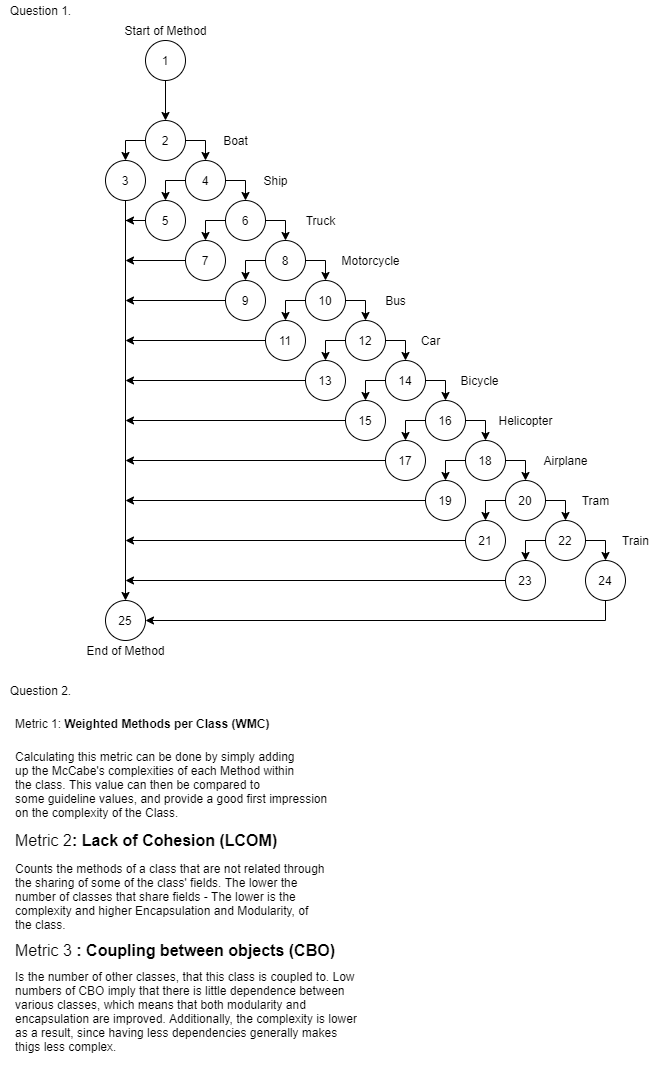
Earlier version of the draw.io export vehicleControl.png (Kowalifwer/first_web). Source tidied: cells renumbered, new cells last; positions are measured from the earlier drawing's top-left corner, leaving out a move shared by most shapes.
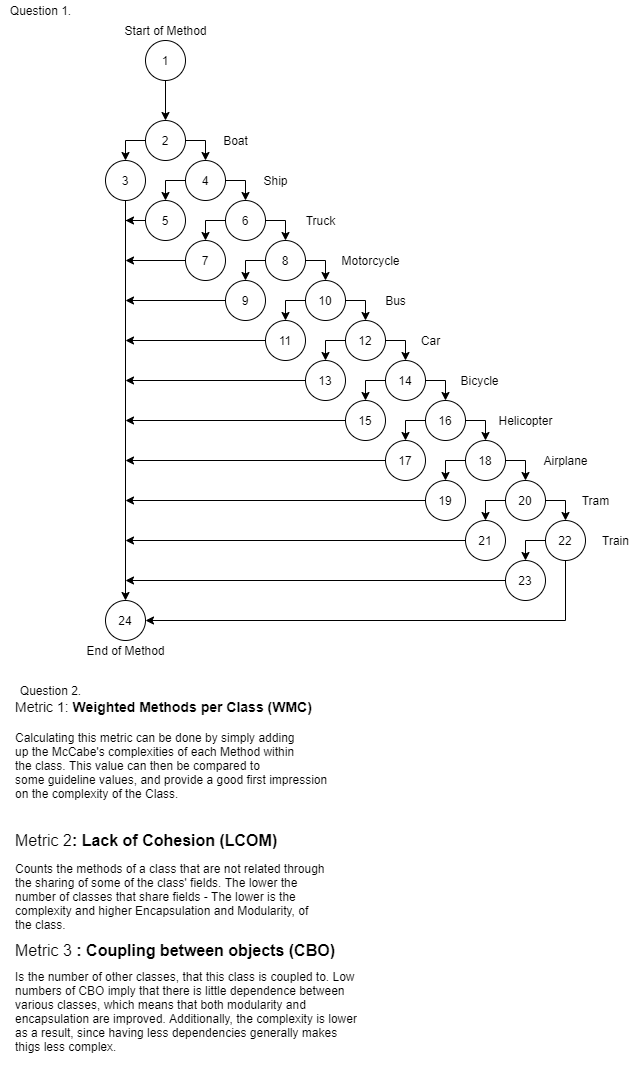
Later version of the same file.

Diff of the diagram source:
```diff
@@ -215,11 +215,13 @@
         <mxPoint x="525" y="560" as="targetPoint" />
       </mxGeometry>
     </mxCell>
-    <mxCell id="53" style="edgeStyle=orthogonalEdgeStyle;rounded=0;jettySize=auto;html=1;" parent="1" edge="1" source="54">
-      <mxGeometry relative="1" as="geometry">
-        <mxPoint x="605" y="560" as="targetPoint" />
-      </mxGeometry>
-    </mxCell>
+    <mxCell id="81" style="edgeStyle=orthogonalEdgeStyle;rounded=0;jettySize=auto;html=1;entryX=1;entryY=0.5;entryDx=0;entryDy=0;" parent="1" edge="1" source="54" target="61">
+      <mxGeometry relative="1" as="geometry">
+        <Array as="points">
+          <mxPoint x="565" y="620" />
+        </Array>
+      </mxGeometry>
+    </mxCell>
     <mxCell id="54" value="22" style="ellipse;whiteSpace=wrap;html=1;" parent="1" vertex="1">
       <mxGeometry x="545" y="520" width="40" height="40" as="geometry" />
     </mxCell>
@@ -231,16 +233,6 @@
     <mxCell id="56" value="21" style="ellipse;whiteSpace=wrap;html=1;" parent="1" vertex="1">
       <mxGeometry x="465" y="520" width="40" height="40" as="geometry" />
     </mxCell>
-    <mxCell id="57" style="edgeStyle=orthogonalEdgeStyle;rounded=0;jettySize=auto;html=1;" parent="1" edge="1" source="58" target="61">
-      <mxGeometry relative="1" as="geometry">
-        <Array as="points">
-          <mxPoint x="605" y="620" />
-        </Array>
-      </mxGeometry>
-    </mxCell>
-    <mxCell id="58" value="24" style="ellipse;whiteSpace=wrap;html=1;" parent="1" vertex="1">
-      <mxGeometry x="585" y="560" width="40" height="40" as="geometry" />
-    </mxCell>
     <mxCell id="59" style="edgeStyle=orthogonalEdgeStyle;rounded=0;jettySize=auto;html=1;" parent="1" edge="1" source="60">
       <mxGeometry relative="1" as="geometry">
         <mxPoint x="125" y="580" as="targetPoint" />
@@ -249,7 +241,7 @@
     <mxCell id="60" value="23" style="ellipse;whiteSpace=wrap;html=1;" parent="1" vertex="1">
       <mxGeometry x="505" y="560" width="40" height="40" as="geometry" />
     </mxCell>
-    <mxCell id="61" value="25" style="ellipse;whiteSpace=wrap;html=1;" parent="1" vertex="1">
+    <mxCell id="61" value="24" style="ellipse;whiteSpace=wrap;html=1;" parent="1" vertex="1">
       <mxGeometry x="105" y="600" width="40" height="40" as="geometry" />
     </mxCell>
     <mxCell id="62" value="End of Method&lt;br&gt;" style="text;html=1;align=center;verticalAlign=middle;" parent="1" vertex="1">
@@ -289,18 +281,18 @@
       <mxGeometry x="575" y="490" width="40" height="20" as="geometry" />
     </mxCell>
     <mxCell id="74" value="Train" style="text;html=1;align=center;verticalAlign=middle;" parent="1" vertex="1">
-      <mxGeometry x="615" y="530" width="40" height="20" as="geometry" />
+      <mxGeometry x="595" y="530" width="40" height="20" as="geometry" />
     </mxCell>
     <mxCell id="75" value="Question 1." style="text;html=1;align=center;verticalAlign=middle;" parent="1" vertex="1">
       <mxGeometry width="80" height="20" as="geometry" />
     </mxCell>
     <mxCell id="76" value="Question 2." style="text;html=1;align=center;verticalAlign=middle;" parent="1" vertex="1">
-      <mxGeometry y="680" width="80" height="20" as="geometry" />
+      <mxGeometry x="10" y="680" width="80" height="20" as="geometry" />
     </mxCell>
     <mxCell id="77" value="&lt;span style=&quot;text-align: left&quot;&gt;&amp;nbsp;&lt;/span&gt;&lt;br&gt;&lt;span style=&quot;color: rgba(0 , 0 , 0 , 0) ; font-family: monospace ; font-size: 0px&quot;&gt;%3CmxGraphModel%3E%3Croot%3E%3CmxCell%20id%3D%220%22%2F%3E%3CmxCell%20id%3D%221%22%20parent%3D%220%22%2F%3E%3CmxCell%20id%3D%222%22%20value%3D%22%22%20style%3D%22ellipse%3BwhiteSpace%3Dwrap%3Bhtml%3D1%3B%22%20vertex%3D%221%22%20parent%3D%221%22%3E%3CmxGeometry%20x%3D%22360%22%20y%3D%22280%22%20width%3D%2240%22%20height%3D%2240%22%20as%3D%22geometry%22%2F%3E%3C%2FmxCell%3E%3C%2Froot%3E%3C%2FmxGraphModel%3E&lt;b&gt;Inin&lt;/b&gt;&lt;/span&gt;&lt;b&gt;&lt;br&gt;&lt;/b&gt;" style="text;html=1;align=center;verticalAlign=middle;" parent="1" vertex="1">
       <mxGeometry x="235" y="735" width="20" height="40" as="geometry" />
     </mxCell>
-    <mxCell id="78" value="&lt;h1&gt;&lt;span style=&quot;font-size: 12px ; font-weight: 400 ; text-align: center&quot;&gt;Metric 1:&amp;nbsp;&lt;/span&gt;&lt;b style=&quot;font-size: 12px ; text-align: center&quot;&gt;Weighted Methods per Class (WMC)&lt;br&gt;&lt;/b&gt;&lt;/h1&gt;&lt;h1&gt;&lt;div style=&quot;font-size: 12px ; font-weight: 400&quot;&gt;Calculating this metric can be done by simply adding&lt;/div&gt;&lt;div style=&quot;font-size: 12px ; font-weight: 400&quot;&gt;up the McCabe's complexities of each Method within&lt;/div&gt;&lt;div style=&quot;font-size: 12px ; font-weight: 400&quot;&gt;the class. This value can then be compared to&amp;nbsp;&lt;/div&gt;&lt;div style=&quot;font-size: 12px ; font-weight: 400&quot;&gt;some guideline values, and provide a good first impression on the complexity of the Class.&lt;/div&gt;&lt;/h1&gt;" style="text;html=1;strokeColor=none;fillColor=none;spacing=5;spacingTop=-20;whiteSpace=wrap;overflow=hidden;rounded=0;" parent="1" vertex="1">
+    <mxCell id="78" value="&lt;h1 style=&quot;font-size: 14px&quot;&gt;&lt;span style=&quot;font-weight: 400 ; text-align: center&quot;&gt;Metric 1:&amp;nbsp;&lt;/span&gt;&lt;b style=&quot;text-align: center&quot;&gt;Weighted Methods per Class (WMC)&lt;br&gt;&lt;/b&gt;&lt;/h1&gt;&lt;h1&gt;&lt;div style=&quot;font-size: 12px ; font-weight: 400&quot;&gt;Calculating this metric can be done by simply adding&lt;/div&gt;&lt;div style=&quot;font-size: 12px ; font-weight: 400&quot;&gt;up the McCabe's complexities of each Method within&lt;/div&gt;&lt;div style=&quot;font-size: 12px ; font-weight: 400&quot;&gt;the class. This value can then be compared to&amp;nbsp;&lt;/div&gt;&lt;div style=&quot;font-size: 12px ; font-weight: 400&quot;&gt;some guideline values, and provide a good first impression on the complexity of the Class.&lt;/div&gt;&lt;/h1&gt;" style="text;html=1;strokeColor=none;fillColor=none;spacing=5;spacingTop=-20;whiteSpace=wrap;overflow=hidden;rounded=0;" parent="1" vertex="1">
       <mxGeometry x="10" y="700" width="325" height="120" as="geometry" />
     </mxCell>
     <mxCell id="79" value="&lt;h1 style=&quot;font-size: 16px&quot;&gt;&lt;span style=&quot;font-weight: normal&quot;&gt;Metric 2&lt;/span&gt;: Lack of Cohesion (LCOM)&lt;/h1&gt;&lt;p&gt;Counts the methods of a class that are not related through the sharing of some of the class' fields. The lower the number of classes that share fields - The lower is the complexity and higher Encapsulation and Modularity, of the class.&lt;/p&gt;" style="text;html=1;strokeColor=none;fillColor=none;spacing=5;spacingTop=-20;whiteSpace=wrap;overflow=hidden;rounded=0;" parent="1" vertex="1">
```
